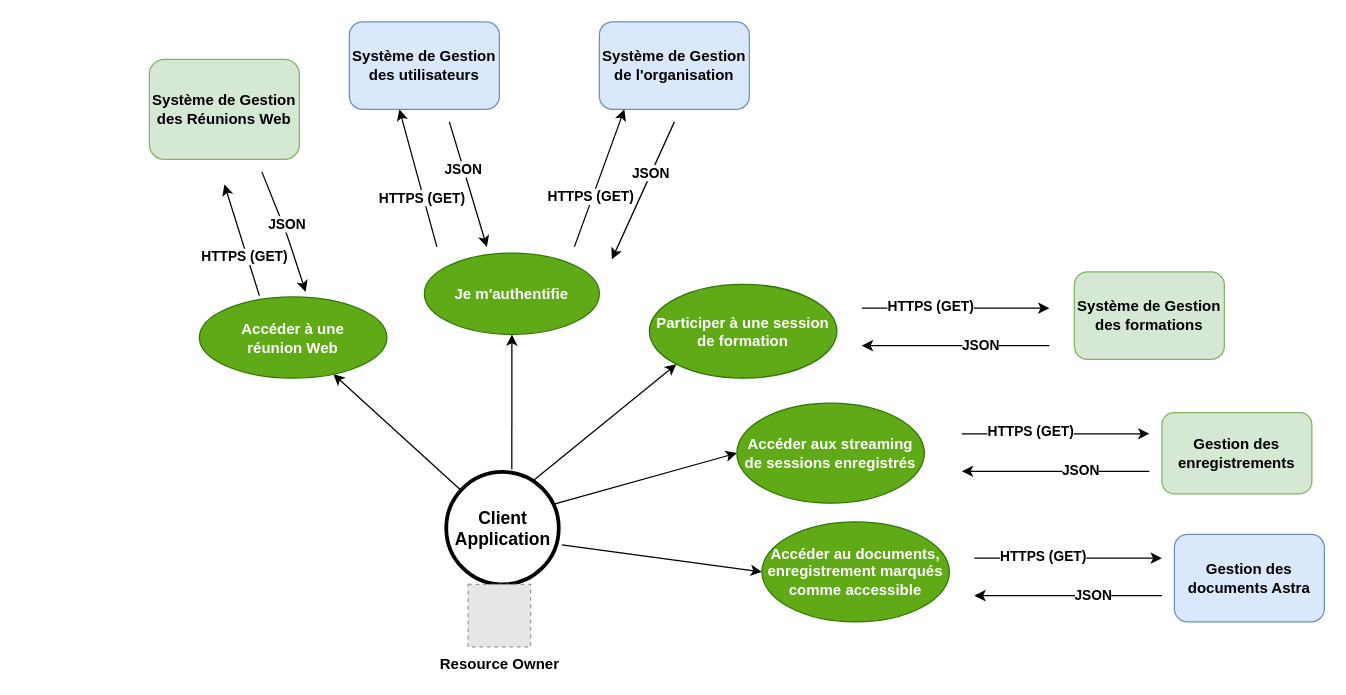
This is page "UseCase_ComService_Astra" (6 of 9) of AstraComponentDiagr.drawio from Lamessolo/ProjetLeadTech, a draw.io file, before an edit. Source tidied: cells renumbered, new cells numbered last; positions are measured from the earlier drawing's top-left corner, leaving out a move shared by most shapes. Both pictures are drawn from the tidied source at 125%, with x=0, y=0 at pixel (149, 21). Pictures stored in the file or linked from it are replaced by grey dashed boxes.
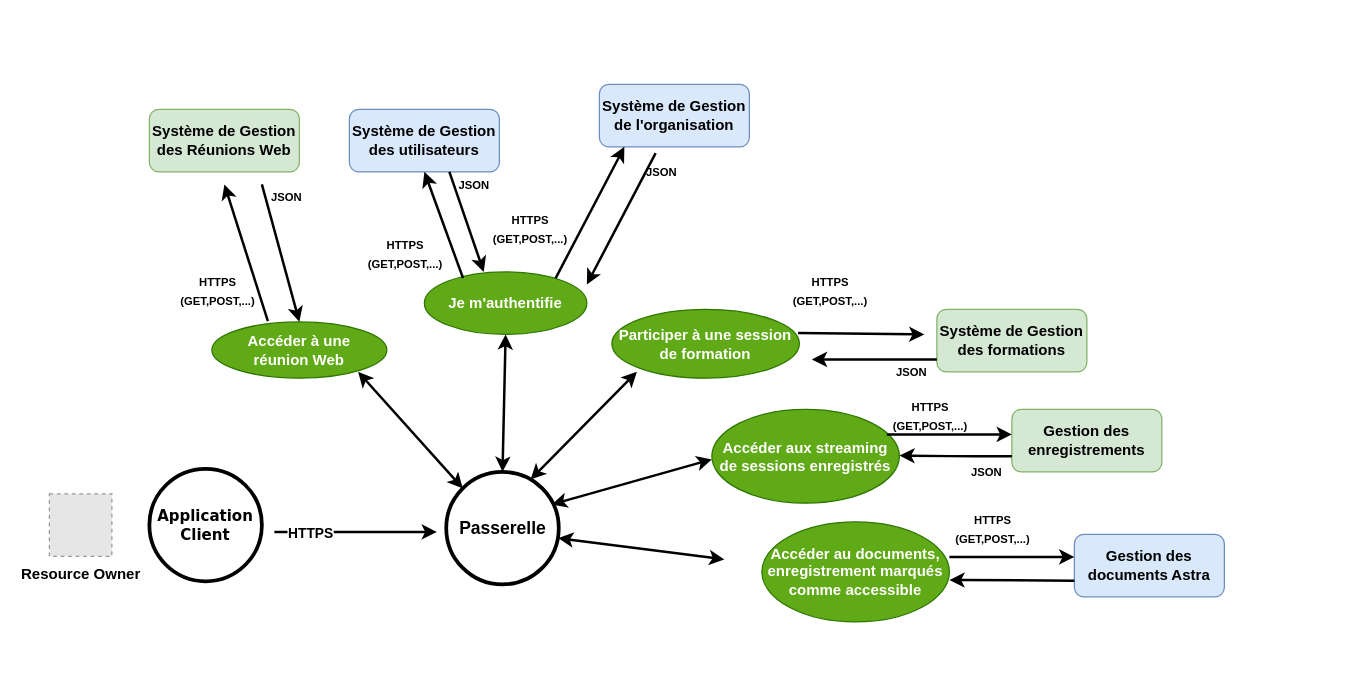
Above is the later version.

The change refers to these unchanged cells:
```xml
<mxCell id="16" value="&lt;b&gt;Accéder&amp;nbsp;au documents, enregistrement marqués comme accessible&lt;/b&gt;" style="ellipse;whiteSpace=wrap;html=1;fillColor=#60a917;strokeColor=#2D7600;fontColor=#ffffff;" parent="1" vertex="1">
  <mxGeometry x="490" y="400" width="150" height="80" as="geometry" />
</mxCell>
```

The edit, as a diff of the source:
```diff
@@
     <mxCell id="2" value="&lt;b&gt;Je m'authentifie&lt;/b&gt;" style="ellipse;whiteSpace=wrap;html=1;fillColor=#60a917;strokeColor=#2D7600;fontColor=#ffffff;" parent="1" vertex="1">
-      <mxGeometry x="220" y="185" width="140" height="65" as="geometry" />
+      <mxGeometry x="220" y="200" width="130" height="50" as="geometry" />
     </mxCell>
-    <mxCell id="3" value="&lt;b&gt;&lt;font style=&quot;font-size: 14px&quot;&gt;Client&lt;br&gt;Application&lt;br&gt;&lt;/font&gt;&lt;/b&gt;" style="ellipse;whiteSpace=wrap;html=1;strokeWidth=3;" parent="1" vertex="1">
+    <mxCell id="3" value="&lt;b&gt;&lt;font style=&quot;font-size: 14px&quot;&gt;Passerelle&lt;br&gt;&lt;/font&gt;&lt;/b&gt;" style="ellipse;whiteSpace=wrap;html=1;strokeWidth=3;" parent="1" vertex="1">
       <mxGeometry x="237.5" y="360" width="90" height="90" as="geometry" />
     </mxCell>
-    <mxCell id="4" style="endArrow=classic;html=1;" parent="1" edge="1" source="3" target="5">
-      <mxGeometry relative="1" as="geometry" />
-    </mxCell>
     <mxCell id="5" value="&lt;b&gt;Accéder&amp;nbsp;à une réunion&amp;nbsp;Web&lt;/b&gt;" style="ellipse;whiteSpace=wrap;html=1;fillColor=#60a917;strokeColor=#2D7600;fontColor=#ffffff;" parent="1" vertex="1">
-      <mxGeometry x="40" y="220" width="150" height="65" as="geometry" />
+      <mxGeometry x="50" y="240" width="140" height="45" as="geometry" />
     </mxCell>
-    <mxCell id="6" style="endArrow=classic;html=1;exitX=0.583;exitY=-0.022;exitDx=0;exitDy=0;exitPerimeter=0;" parent="1" edge="1" source="3" target="2">
-      <mxGeometry relative="1" as="geometry" />
-    </mxCell>
-    <mxCell id="7" style="endArrow=classic;html=1;exitX=0.772;exitY=0.078;exitDx=0;exitDy=0;exitPerimeter=0;entryX=0;entryY=1;entryDx=0;entryDy=0;" parent="1" edge="1" source="3" target="8">
-      <mxGeometry relative="1" as="geometry" />
-    </mxCell>
     <mxCell id="8" value="&lt;b&gt;Participer à une session de formation&lt;/b&gt;" style="ellipse;whiteSpace=wrap;html=1;fillColor=#60a917;strokeColor=#2D7600;fontColor=#ffffff;" parent="1" vertex="1">
-      <mxGeometry x="400" y="210" width="150" height="75" as="geometry" />
+      <mxGeometry x="370" y="230" width="150" height="55" as="geometry" />
     </mxCell>
     <mxCell id="9" value="&lt;b&gt;Système de Gestion des formations&lt;/b&gt;" style="rounded=1;whiteSpace=wrap;html=1;fillColor=#d5e8d4;strokeColor=#82b366;" parent="1" vertex="1">
-      <mxGeometry x="740" y="200" width="120" height="70" as="geometry" />
+      <mxGeometry x="630" y="230" width="120" height="50" as="geometry" />
     </mxCell>
-    <mxCell id="10" style="endArrow=classic;html=1;" parent="1" edge="1">
+    <mxCell id="10" style="endArrow=classic;html=1;strokeWidth=2;exitX=0.993;exitY=0.345;exitDx=0;exitDy=0;exitPerimeter=0;" parent="1" edge="1" source="8">
       <mxGeometry relative="1" as="geometry">
-        <mxPoint x="570" y="229" as="sourcePoint" />
-        <mxPoint x="720" y="229" as="targetPoint" />
+        <mxPoint x="620" y="250" as="targetPoint" />
       </mxGeometry>
     </mxCell>
-    <mxCell id="11" value="&lt;b&gt;HTTPS (GET)&lt;/b&gt;" style="edgeLabel;html=1;align=center;verticalAlign=middle;" parent="10" vertex="1">
-      <mxGeometry x="-0.28" y="2" relative="1" as="geometry" />
-    </mxCell>
-    <mxCell id="12" style="endArrow=classic;html=1;" parent="1" edge="1">
+    <mxCell id="12" style="endArrow=classic;html=1;strokeWidth=2;" parent="1" edge="1">
       <mxGeometry relative="1" as="geometry">
-        <mxPoint x="720" y="259" as="sourcePoint" />
-        <mxPoint x="570" y="259" as="targetPoint" />
+        <mxPoint x="630" y="270" as="sourcePoint" />
+        <mxPoint x="530" y="270" as="targetPoint" />
       </mxGeometry>
     </mxCell>
-    <mxCell id="13" value="&lt;b&gt;JSON&lt;/b&gt;" style="edgeLabel;html=1;align=center;verticalAlign=middle;" parent="12" vertex="1">
-      <mxGeometry x="-0.25" y="-1" relative="1" as="geometry" />
-    </mxCell>
-    <mxCell id="14" style="endArrow=classic;html=1;exitX=0.95;exitY=0.289;exitDx=0;exitDy=0;exitPerimeter=0;entryX=0;entryY=0.5;entryDx=0;entryDy=0;" parent="1" edge="1" source="3" target="15">
-      <mxGeometry relative="1" as="geometry" />
-    </mxCell>
     <mxCell id="15" value="&lt;b&gt;Accéder&amp;nbsp;aux streaming de sessions enregistrés&lt;/b&gt;" style="ellipse;whiteSpace=wrap;html=1;fillColor=#60a917;strokeColor=#2D7600;fontColor=#ffffff;" parent="1" vertex="1">
-      <mxGeometry x="470" y="305" width="150" height="80" as="geometry" />
+      <mxGeometry x="450" y="310" width="150" height="75" as="geometry" />
     </mxCell>
@@
-    <mxCell id="17" style="endArrow=classic;html=1;exitX=1.028;exitY=0.648;exitDx=0;exitDy=0;exitPerimeter=0;entryX=0;entryY=0.5;entryDx=0;entryDy=0;" parent="1" edge="1" source="3" target="16">
-      <mxGeometry relative="1" as="geometry" />
-    </mxCell>
     <mxCell id="18" value="&lt;b&gt;Gestion des documents Astra&lt;/b&gt;" style="rounded=1;whiteSpace=wrap;html=1;fillColor=#dae8fc;strokeColor=#6c8ebf;" parent="1" vertex="1">
-      <mxGeometry x="820" y="410" width="120" height="70" as="geometry" />
+      <mxGeometry x="740" y="410" width="120" height="50" as="geometry" />
     </mxCell>
-    <mxCell id="19" style="endArrow=classic;html=1;" parent="1" edge="1">
+    <mxCell id="19" style="endArrow=classic;html=1;strokeWidth=2;" parent="1" edge="1">
       <mxGeometry relative="1" as="geometry">
-        <mxPoint x="660" y="429" as="sourcePoint" />
-        <mxPoint x="810" y="429" as="targetPoint" />
+        <mxPoint x="640" y="428" as="sourcePoint" />
+        <mxPoint x="740" y="428" as="targetPoint" />
       </mxGeometry>
     </mxCell>
-    <mxCell id="20" value="&lt;b&gt;HTTPS (GET)&lt;/b&gt;" style="edgeLabel;html=1;align=center;verticalAlign=middle;" parent="19" vertex="1">
-      <mxGeometry x="-0.28" y="2" relative="1" as="geometry" />
-    </mxCell>
-    <mxCell id="21" style="endArrow=classic;html=1;" parent="1" edge="1">
+    <mxCell id="21" style="endArrow=classic;html=1;strokeWidth=2;" parent="1" edge="1">
       <mxGeometry relative="1" as="geometry">
-        <mxPoint x="810" y="459" as="sourcePoint" />
-        <mxPoint x="660" y="459" as="targetPoint" />
+        <mxPoint x="740" y="447" as="sourcePoint" />
+        <mxPoint x="640" y="446.5" as="targetPoint" />
       </mxGeometry>
     </mxCell>
-    <mxCell id="22" value="&lt;b&gt;JSON&lt;/b&gt;" style="edgeLabel;html=1;align=center;verticalAlign=middle;" parent="21" vertex="1">
-      <mxGeometry x="-0.25" y="-1" relative="1" as="geometry" />
-    </mxCell>
     <mxCell id="23" value="&lt;b&gt;&amp;nbsp;Gestion des&amp;nbsp; enregistrements&lt;/b&gt;" style="rounded=1;whiteSpace=wrap;html=1;fillColor=#d5e8d4;strokeColor=#82b366;" parent="1" vertex="1">
-      <mxGeometry x="810" y="312.5" width="120" height="65" as="geometry" />
+      <mxGeometry x="690" y="310" width="120" height="50" as="geometry" />
     </mxCell>
-    <mxCell id="24" style="endArrow=classic;html=1;" parent="1" edge="1">
+    <mxCell id="24" style="endArrow=classic;html=1;strokeWidth=2;exitX=0.933;exitY=0.267;exitDx=0;exitDy=0;exitPerimeter=0;" parent="1" edge="1" source="15">
       <mxGeometry relative="1" as="geometry">
-        <mxPoint x="650" y="329.5" as="sourcePoint" />
-        <mxPoint x="800" y="329.5" as="targetPoint" />
+        <mxPoint x="690" y="330" as="targetPoint" />
       </mxGeometry>
     </mxCell>
-    <mxCell id="25" value="&lt;b&gt;HTTPS (GET)&lt;/b&gt;" style="edgeLabel;html=1;align=center;verticalAlign=middle;" parent="24" vertex="1">
-      <mxGeometry x="-0.28" y="2" relative="1" as="geometry" />
-    </mxCell>
-    <mxCell id="26" style="endArrow=classic;html=1;" parent="1" edge="1">
+    <mxCell id="26" style="endArrow=classic;html=1;strokeWidth=2;" parent="1" edge="1">
       <mxGeometry relative="1" as="geometry">
-        <mxPoint x="800" y="359.5" as="sourcePoint" />
-        <mxPoint x="650" y="359.5" as="targetPoint" />
+        <mxPoint x="690" y="347.5" as="sourcePoint" />
+        <mxPoint x="600" y="347" as="targetPoint" />
+        <Array as="points">
+          <mxPoint x="650" y="347.5" />
+        </Array>
       </mxGeometry>
     </mxCell>
-    <mxCell id="27" value="&lt;b&gt;JSON&lt;/b&gt;" style="edgeLabel;html=1;align=center;verticalAlign=middle;" parent="26" vertex="1">
-      <mxGeometry x="-0.25" y="-1" relative="1" as="geometry" />
-    </mxCell>
     <mxCell id="28" value="&lt;b&gt;Resource Owner&lt;/b&gt;" style="fillColor=#E6E6E6;strokeColor=#999999;dashed=1;html=1;verticalAlign=top;verticalLabelPosition=bottom;labelBackgroundColor=#ffffff;" parent="1" vertex="1">
-      <mxGeometry x="255" y="450" width="50" height="50" as="geometry" />
+      <mxGeometry x="-80" y="377.5" width="50" height="50" as="geometry" />
     </mxCell>
     <mxCell id="29" value="&lt;b&gt;Système de Gestion des&amp;nbsp;Réunions Web&lt;/b&gt;" style="rounded=1;whiteSpace=wrap;html=1;fillColor=#d5e8d4;strokeColor=#82b366;" parent="1" vertex="1">
-      <mxGeometry y="30" width="120" height="80" as="geometry" />
+      <mxGeometry y="70" width="120" height="50" as="geometry" />
     </mxCell>
     <mxCell id="30" value="&lt;b&gt;Système de Gestion des utilisateurs&lt;/b&gt;" style="rounded=1;whiteSpace=wrap;html=1;fillColor=#dae8fc;strokeColor=#6c8ebf;" parent="1" vertex="1">
-      <mxGeometry x="160" width="120" height="70" as="geometry" />
+      <mxGeometry x="160" y="70" width="120" height="50" as="geometry" />
     </mxCell>
-    <mxCell id="31" style="endArrow=classic;html=1;exitX=0.32;exitY=-0.015;exitDx=0;exitDy=0;exitPerimeter=0;" parent="1" edge="1" source="5">
+    <mxCell id="31" style="endArrow=classic;html=1;exitX=0.32;exitY=-0.015;exitDx=0;exitDy=0;exitPerimeter=0;strokeWidth=2;" parent="1" edge="1" source="5">
       <mxGeometry relative="1" as="geometry">
         <mxPoint x="60" y="130" as="targetPoint" />
       </mxGeometry>
     </mxCell>
-    <mxCell id="32" value="&lt;b&gt;HTTPS (GET)&lt;/b&gt;" style="edgeLabel;html=1;align=center;verticalAlign=middle;" parent="31" vertex="1">
-      <mxGeometry x="-0.28" y="2" relative="1" as="geometry" />
-    </mxCell>
-    <mxCell id="33" style="endArrow=classic;html=1;entryX=0.567;entryY=-0.062;entryDx=0;entryDy=0;entryPerimeter=0;" parent="1" edge="1" target="5">
-      <mxGeometry relative="1" as="geometry">
-        <mxPoint x="90" y="120" as="sourcePoint" />
-        <Array as="points">
-          <mxPoint x="110" y="170" />
-        </Array>
-      </mxGeometry>
-    </mxCell>
-    <mxCell id="34" value="&lt;b&gt;JSON&lt;/b&gt;" style="edgeLabel;html=1;align=center;verticalAlign=middle;" parent="33" vertex="1">
-      <mxGeometry x="-0.25" y="-1" relative="1" as="geometry">
-        <mxPoint x="6" y="6" as="offset" />
-      </mxGeometry>
-    </mxCell>
     <mxCell id="35" value="&lt;b&gt;Système de Gestion de l'organisation&lt;/b&gt;" style="rounded=1;whiteSpace=wrap;html=1;fillColor=#dae8fc;strokeColor=#6c8ebf;" parent="1" vertex="1">
-      <mxGeometry x="360" width="120" height="70" as="geometry" />
+      <mxGeometry x="360" y="50" width="120" height="50" as="geometry" />
     </mxCell>
-    <mxCell id="36" style="endArrow=classic;html=1;entryX=0.25;entryY=1;entryDx=0;entryDy=0;" parent="1" edge="1">
+    <mxCell id="36" style="endArrow=classic;html=1;exitX=0.238;exitY=0.1;exitDx=0;exitDy=0;exitPerimeter=0;strokeWidth=2;" parent="1" edge="1" source="2">
       <mxGeometry relative="1" as="geometry">
-        <mxPoint x="230" y="180" as="sourcePoint" />
-        <mxPoint x="200" y="70" as="targetPoint" />
+        <mxPoint x="220" y="120" as="targetPoint" />
       </mxGeometry>
     </mxCell>
-    <mxCell id="37" value="&lt;b&gt;HTTPS (GET)&lt;/b&gt;" style="edgeLabel;html=1;align=center;verticalAlign=middle;" parent="36" vertex="1">
-      <mxGeometry x="-0.28" y="2" relative="1" as="geometry" />
-    </mxCell>
-    <mxCell id="38" style="endArrow=classic;html=1;" parent="1" edge="1">
+    <mxCell id="38" style="endArrow=classic;html=1;strokeWidth=2;" parent="1" edge="1">
       <mxGeometry relative="1" as="geometry">
-        <mxPoint x="240" y="80" as="sourcePoint" />
-        <mxPoint x="270" y="180" as="targetPoint" />
+        <mxPoint x="240" y="120" as="sourcePoint" />
+        <mxPoint x="267.5" y="200" as="targetPoint" />
       </mxGeometry>
     </mxCell>
-    <mxCell id="39" value="&lt;b&gt;JSON&lt;/b&gt;" style="edgeLabel;html=1;align=center;verticalAlign=middle;" parent="38" vertex="1">
-      <mxGeometry x="-0.25" y="-1" relative="1" as="geometry" />
-    </mxCell>
-    <mxCell id="40" style="endArrow=classic;html=1;" parent="1" edge="1">
+    <mxCell id="40" style="endArrow=classic;html=1;exitX=0.808;exitY=0.1;exitDx=0;exitDy=0;exitPerimeter=0;strokeWidth=2;" parent="1" edge="1" source="2">
       <mxGeometry relative="1" as="geometry">
-        <mxPoint x="340" y="180" as="sourcePoint" />
-        <mxPoint x="380" y="70" as="targetPoint" />
+        <mxPoint x="380" y="100" as="targetPoint" />
       </mxGeometry>
     </mxCell>
-    <mxCell id="41" value="&lt;b&gt;HTTPS (GET)&lt;/b&gt;" style="edgeLabel;html=1;align=center;verticalAlign=middle;" parent="40" vertex="1">
-      <mxGeometry x="-0.28" y="2" relative="1" as="geometry" />
-    </mxCell>
-    <mxCell id="42" style="endArrow=classic;html=1;" parent="1" edge="1">
+    <mxCell id="42" style="endArrow=classic;html=1;exitX=0.375;exitY=1.1;exitDx=0;exitDy=0;exitPerimeter=0;strokeWidth=2;" parent="1" edge="1" source="35">
       <mxGeometry relative="1" as="geometry">
-        <mxPoint x="420" y="80" as="sourcePoint" />
-        <mxPoint x="370" y="190" as="targetPoint" />
+        <mxPoint x="350" y="210" as="targetPoint" />
       </mxGeometry>
     </mxCell>
-    <mxCell id="43" value="&lt;b&gt;JSON&lt;/b&gt;" style="edgeLabel;html=1;align=center;verticalAlign=middle;" parent="42" vertex="1">
-      <mxGeometry x="-0.25" y="-1" relative="1" as="geometry" />
-    </mxCell>
+    <mxCell id="44" value="&lt;b&gt;&lt;font face=&quot;Verdana&quot;&gt;Application&lt;br&gt;Client&lt;/font&gt;&lt;/b&gt;" style="ellipse;whiteSpace=wrap;html=1;strokeWidth=3;" parent="1" vertex="1">
+      <mxGeometry y="357.5" width="90" height="90" as="geometry" />
+    </mxCell>
+    <mxCell id="45" style="endArrow=classic;html=1;strokeWidth=2;" parent="1" edge="1">
+      <mxGeometry relative="1" as="geometry">
+        <mxPoint x="100" y="408" as="sourcePoint" />
+        <mxPoint x="230" y="408" as="targetPoint" />
+      </mxGeometry>
+    </mxCell>
+    <mxCell id="46" value="&lt;b&gt;HTTPS&lt;/b&gt;" style="edgeLabel;html=1;align=center;verticalAlign=middle;" parent="45" vertex="1">
+      <mxGeometry x="-0.57" relative="1" as="geometry" />
+    </mxCell>
+    <mxCell id="47" style="endArrow=classic;startArrow=classic;html=1;entryX=0;entryY=0;entryDx=0;entryDy=0;strokeWidth=2;" parent="1" edge="1" target="3">
+      <mxGeometry relative="1" as="geometry">
+        <mxPoint x="167" y="280" as="sourcePoint" />
+      </mxGeometry>
+    </mxCell>
+    <mxCell id="48" style="endArrow=classic;startArrow=classic;html=1;entryX=0.5;entryY=0;entryDx=0;entryDy=0;exitX=0.5;exitY=1;exitDx=0;exitDy=0;strokeWidth=2;" parent="1" edge="1" source="2" target="3">
+      <mxGeometry relative="1" as="geometry" />
+    </mxCell>
+    <mxCell id="49" style="endArrow=classic;startArrow=classic;html=1;exitX=0.75;exitY=0.067;exitDx=0;exitDy=0;exitPerimeter=0;strokeWidth=2;" parent="1" edge="1" source="3">
+      <mxGeometry relative="1" as="geometry">
+        <mxPoint x="390" y="280" as="targetPoint" />
+      </mxGeometry>
+    </mxCell>
+    <mxCell id="50" style="endArrow=classic;startArrow=classic;html=1;exitX=0.939;exitY=0.289;exitDx=0;exitDy=0;exitPerimeter=0;strokeWidth=2;" parent="1" edge="1" source="3">
+      <mxGeometry relative="1" as="geometry">
+        <mxPoint x="450" y="350" as="targetPoint" />
+      </mxGeometry>
+    </mxCell>
+    <mxCell id="51" style="endArrow=classic;startArrow=classic;html=1;strokeWidth=2;" parent="1" edge="1">
+      <mxGeometry relative="1" as="geometry">
+        <mxPoint x="327" y="413" as="sourcePoint" />
+        <mxPoint x="460" y="430" as="targetPoint" />
+      </mxGeometry>
+    </mxCell>
+    <mxCell id="52" style="endArrow=classic;html=1;strokeWidth=2;entryX=0.5;entryY=0;entryDx=0;entryDy=0;" parent="1" edge="1" target="5">
+      <mxGeometry relative="1" as="geometry">
+        <mxPoint x="90" y="130" as="sourcePoint" />
+      </mxGeometry>
+    </mxCell>
+    <mxCell id="53" value="&lt;b&gt;&lt;font style=&quot;font-size: 9px&quot;&gt;JSON&lt;/font&gt;&lt;/b&gt;" style="text;html=1;strokeColor=none;fillColor=none;align=center;verticalAlign=middle;whiteSpace=wrap;rounded=0;" parent="1" vertex="1">
+      <mxGeometry x="90" y="130" width="40" height="20" as="geometry" />
+    </mxCell>
+    <mxCell id="54" value="&lt;font style=&quot;font-size: 9px&quot;&gt;&lt;b&gt;HTTPS (GET,POST,...)&lt;/b&gt;&lt;/font&gt;" style="text;html=1;strokeColor=none;fillColor=none;align=center;verticalAlign=middle;whiteSpace=wrap;rounded=0;" parent="1" vertex="1">
+      <mxGeometry x="10" y="200" width="90" height="30" as="geometry" />
+    </mxCell>
+    <mxCell id="55" value="&lt;b&gt;&lt;font style=&quot;font-size: 9px&quot;&gt;JSON&lt;/font&gt;&lt;/b&gt;" style="text;html=1;strokeColor=none;fillColor=none;align=center;verticalAlign=middle;whiteSpace=wrap;rounded=0;" parent="1" vertex="1">
+      <mxGeometry x="240" y="120" width="40" height="20" as="geometry" />
+    </mxCell>
+    <mxCell id="56" value="&lt;font style=&quot;font-size: 9px&quot;&gt;&lt;b&gt;HTTPS (GET,POST,...)&lt;/b&gt;&lt;/font&gt;" style="text;html=1;strokeColor=none;fillColor=none;align=center;verticalAlign=middle;whiteSpace=wrap;rounded=0;" parent="1" vertex="1">
+      <mxGeometry x="160" y="170" width="90" height="30" as="geometry" />
+    </mxCell>
+    <mxCell id="57" value="&lt;font style=&quot;font-size: 9px&quot;&gt;&lt;b&gt;HTTPS (GET,POST,...)&lt;/b&gt;&lt;/font&gt;" style="text;html=1;strokeColor=none;fillColor=none;align=center;verticalAlign=middle;whiteSpace=wrap;rounded=0;" parent="1" vertex="1">
+      <mxGeometry x="260" y="150" width="90" height="30" as="geometry" />
+    </mxCell>
+    <mxCell id="58" value="&lt;b&gt;&lt;font style=&quot;font-size: 9px&quot;&gt;JSON&lt;/font&gt;&lt;/b&gt;" style="text;html=1;strokeColor=none;fillColor=none;align=center;verticalAlign=middle;whiteSpace=wrap;rounded=0;" parent="1" vertex="1">
+      <mxGeometry x="390" y="110" width="40" height="20" as="geometry" />
+    </mxCell>
+    <mxCell id="59" value="&lt;font style=&quot;font-size: 9px&quot;&gt;&lt;b&gt;HTTPS (GET,POST,...)&lt;/b&gt;&lt;/font&gt;" style="text;html=1;strokeColor=none;fillColor=none;align=center;verticalAlign=middle;whiteSpace=wrap;rounded=0;" parent="1" vertex="1">
+      <mxGeometry x="500" y="200" width="90" height="30" as="geometry" />
+    </mxCell>
+    <mxCell id="60" value="&lt;b&gt;&lt;font style=&quot;font-size: 9px&quot;&gt;JSON&lt;/font&gt;&lt;/b&gt;" style="text;html=1;strokeColor=none;fillColor=none;align=center;verticalAlign=middle;whiteSpace=wrap;rounded=0;" parent="1" vertex="1">
+      <mxGeometry x="590" y="270" width="40" height="20" as="geometry" />
+    </mxCell>
+    <mxCell id="61" value="&lt;font style=&quot;font-size: 9px&quot;&gt;&lt;b&gt;HTTPS (GET,POST,...)&lt;/b&gt;&lt;/font&gt;" style="text;html=1;strokeColor=none;fillColor=none;align=center;verticalAlign=middle;whiteSpace=wrap;rounded=0;" parent="1" vertex="1">
+      <mxGeometry x="580" y="300" width="90" height="30" as="geometry" />
+    </mxCell>
+    <mxCell id="62" value="&lt;b&gt;&lt;font style=&quot;font-size: 9px&quot;&gt;JSON&lt;/font&gt;&lt;/b&gt;" style="text;html=1;strokeColor=none;fillColor=none;align=center;verticalAlign=middle;whiteSpace=wrap;rounded=0;" parent="1" vertex="1">
+      <mxGeometry x="650" y="350" width="40" height="20" as="geometry" />
+    </mxCell>
+    <mxCell id="63" value="&lt;font style=&quot;font-size: 9px&quot;&gt;&lt;b&gt;HTTPS (GET,POST,...)&lt;/b&gt;&lt;/font&gt;" style="text;html=1;strokeColor=none;fillColor=none;align=center;verticalAlign=middle;whiteSpace=wrap;rounded=0;" parent="1" vertex="1">
+      <mxGeometry x="630" y="390" width="90" height="30" as="geometry" />
+    </mxCell>
```
